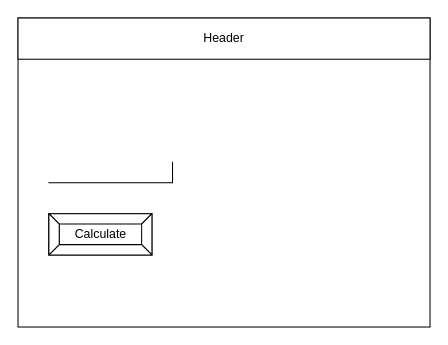
Above: design/story-board.drawio in Timothy-Manwell/ICS2O-Assignment-6 (draw.io), before the change. Source tidied: cells renumbered, new cells numbered last; positions are measured from the earlier drawing's top-left corner, leaving out a move shared by most shapes. Both pictures are drawn from the tidied source at 103%, with x=0, y=0 at pixel (18, 18).
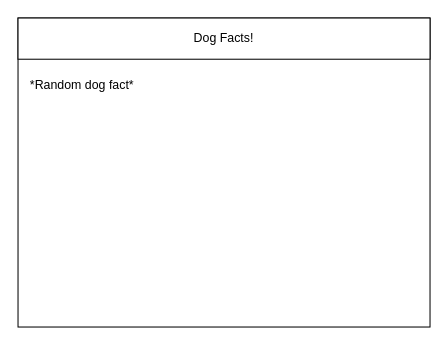
The same diagram, later.

What changed in the source:
```diff
@@
 <mxGraphModel>
   <root>
     <mxCell id="0" />
     <mxCell id="1" parent="0" />
     <mxCell id="2" style="rounded=0;whiteSpace=wrap;html=1;" parent="1" vertex="1">
       <mxGeometry width="400" height="300" as="geometry" />
     </mxCell>
-    <mxCell id="3" value="Header" style="rounded=0;whiteSpace=wrap;html=1;" parent="1" vertex="1">
+    <mxCell id="3" value="Dog Facts!" style="rounded=0;whiteSpace=wrap;html=1;" parent="1" vertex="1">
       <mxGeometry width="400" height="40" as="geometry" />
     </mxCell>
-    <mxCell id="4" style="shape=partialRectangle;whiteSpace=wrap;html=1;top=0;left=0;fillColor=none;" parent="1" vertex="1">
-      <mxGeometry x="30" y="140" width="120" height="20" as="geometry" />
-    </mxCell>
-    <mxCell id="5" value="Calculate" style="labelPosition=center;verticalLabelPosition=middle;align=center;html=1;shape=mxgraph.basic.button;dx=10;" parent="1" vertex="1">
-      <mxGeometry x="30" y="190" width="100" height="40" as="geometry" />
-    </mxCell>
+    <mxCell id="6" value="*Random dog fact*" style="text;html=1;strokeColor=none;fillColor=none;align=left;verticalAlign=middle;whiteSpace=wrap;rounded=0;" parent="1" vertex="1">
+      <mxGeometry x="10" y="50" width="240" height="30" as="geometry" />
+    </mxCell>
   </root>
 </mxGraphModel>
```
